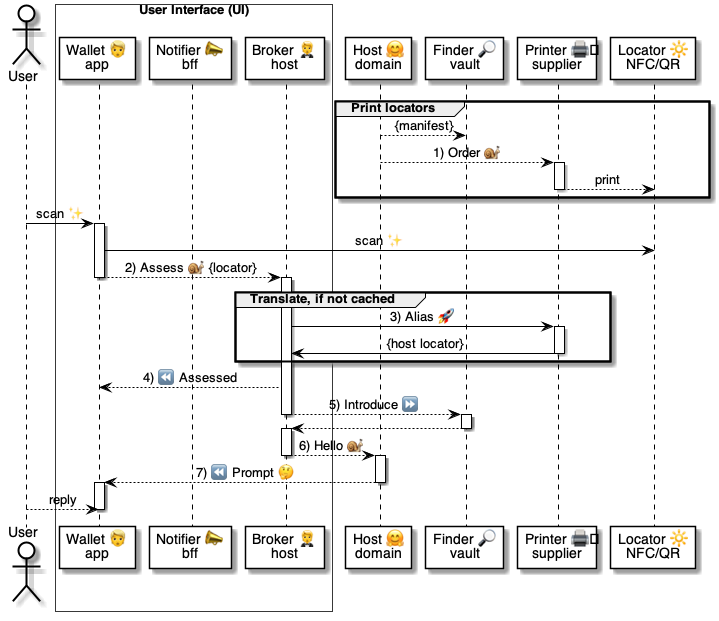
Before: 5 ⏩ Flows/90 🧑‍🦰👉 Wallets/15 👉🔆 Locators/.📎 Assets/⚙️🖨️ Printer QR.png, a diagram exported from PlantUML (pollyweb-org/pollyweb-docs). Its source is kept beside it as 5 ⏩ Flows/90 🧑‍🦰👉 Wallets/15 👉🔆 Locators/.📎 Assets/⚙️🖨️ Printer QR.puml. Source of this version:
```plantuml
@startuml 👉 Printer NFC-QR check-in

actor User as user

box "User Interface (UI)"  #FFFFFF
  participant "Wallet 👱\napp" as wallet
  participant "Notifier 📣\nbff" as notifier
  participant "Broker 🤵\nhost" as broker
end box

participant "Host 🤗\ndomain" as host
participant "Finder 🔎\nvault" as finder
participant "Printer 🖨️\nsupplier" as printer
participant "Locator 🔆\nNFC/QR" as qr


group Print locators

    host --> finder: {manifest}
    host --> printer: 1) Order 🐌

    activate printer
      printer --> qr: print
    deactivate printer

end group


user -> wallet: scan ✨

activate wallet
  wallet -> qr: scan ✨
  wallet --> broker: 2) Assess 🐌 {locator}
deactivate wallet


activate broker

    group Translate, if not cached

        broker -> printer: 3) Alias 🚀

        activate printer
            printer -> broker: {host locator}
        deactivate printer

    end group


        broker --> wallet: 4) ⏪ Assessed

        broker --> finder: 5) Introduce ⏩
        deactivate broker

        activate finder
          finder --> broker
        deactivate finder

        activate broker


    broker --> host: 6) Hello 🐌

deactivate broker


activate host
    host --> wallet: 7) ⏪ Prompt 🤔
deactivate host

activate wallet
    user --> wallet: reply
deactivate wallet

@enduml
```
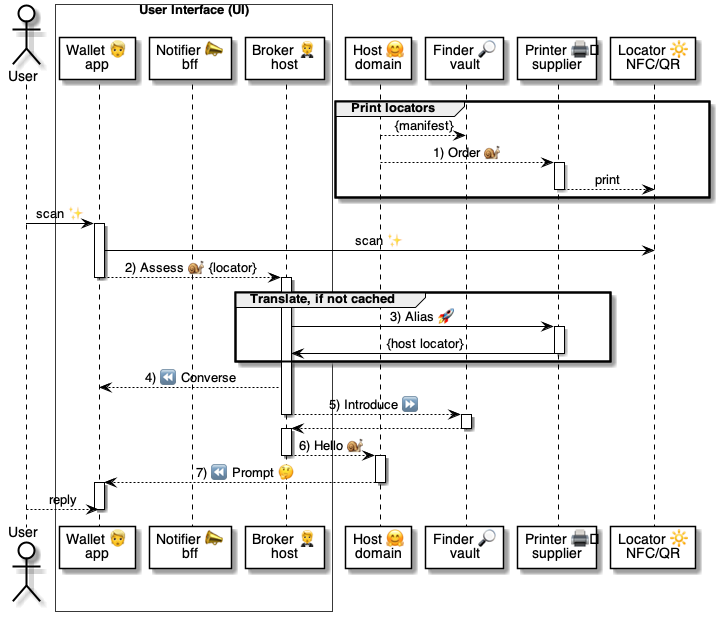
The same diagram one commit later.

Change to the diagram source:
```diff
@@ -47,7 +47,7 @@
     end group
 
 
-        broker --> wallet: 4) ⏪ Assessed
+        broker --> wallet: 4) ⏪ Converse
 
         broker --> finder: 5) Introduce ⏩
         deactivate broker
```
